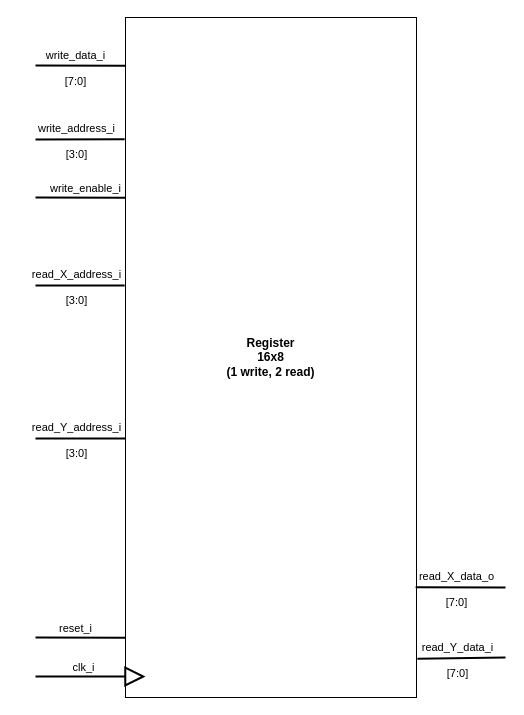
Earlier version of the draw.io diagram Blockbeschreibungen/Register_beschreibung.drawio (graefjk/RO2). Source tidied: cells renumbered, new cells numbered last; positions are measured from the earlier drawing's top-left corner, leaving out a move shared by most shapes. Both pictures are drawn from the tidied source at 100%, with x=0, y=0 at pixel (35, 17).
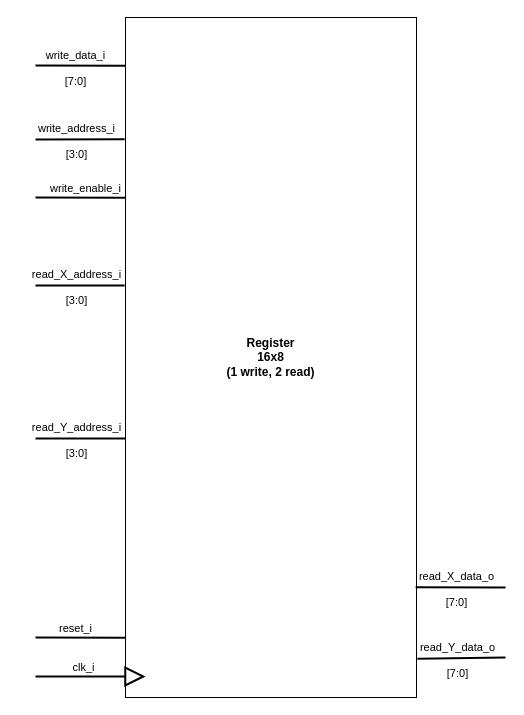
The same page after the edit.

Commit message (it also covers changes not shown here):
fixed typo in register description

Unchanged cells that the change refers to:
```xml
<mxCell id="19" style="endArrow=none;html=1;rounded=0;labelBackgroundColor=none;startSize=8;endSize=8;strokeColor=default;strokeWidth=2;jumpSize=8;exitX=1.003;exitY=0.943;exitDx=0;exitDy=0;exitPerimeter=0;" parent="1" edge="1" source="2">
  <mxGeometry relative="1" as="geometry">
    <mxPoint x="470" y="640" as="targetPoint" />
  </mxGeometry>
</mxCell>
```

The edit, as a diff of the source:
```diff
@@
-    <mxCell id="20" value="&lt;div&gt;read_Y_data_i&lt;/div&gt;&lt;div&gt;&lt;br&gt;&lt;/div&gt;&lt;div&gt;[7:0]&lt;br&gt;&lt;/div&gt;" style="edgeLabel;html=1;align=center;verticalAlign=middle;labelBackgroundColor=none;" parent="19" vertex="1">
+    <mxCell id="20" value="&lt;div&gt;read_Y_data_o&lt;/div&gt;&lt;div&gt;&lt;br&gt;&lt;/div&gt;&lt;div&gt;[7:0]&lt;br&gt;&lt;/div&gt;" style="edgeLabel;html=1;align=center;verticalAlign=middle;labelBackgroundColor=none;" parent="19" vertex="1">
       <mxGeometry x="-0.37" y="-2" relative="1" as="geometry">
         <mxPoint x="12" as="offset" />
       </mxGeometry>
     </mxCell>
```
